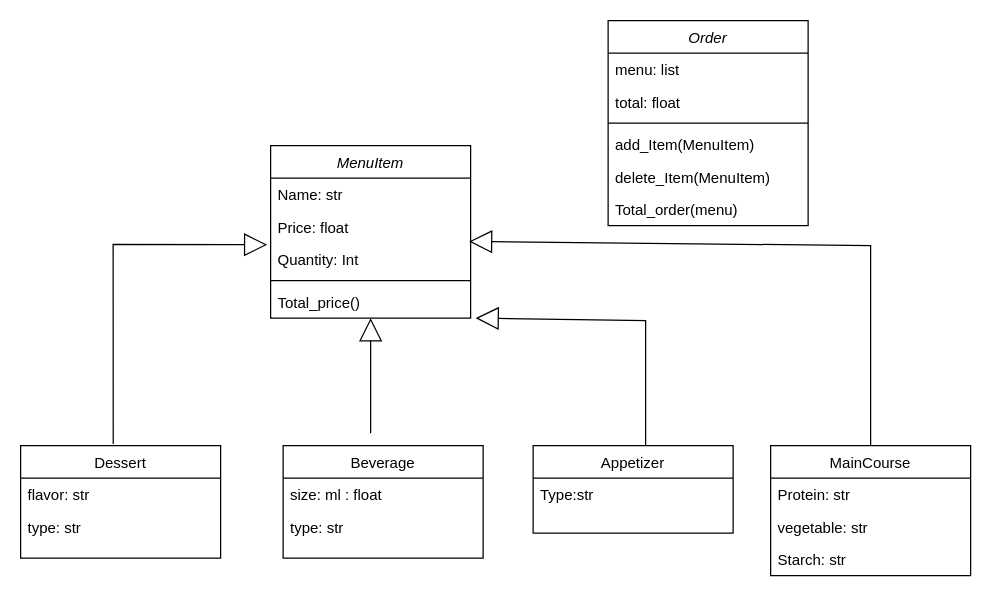
Earlier version of the draw.io diagram Diagrama sin título.drawio (AnaAmaya200/reto-3). Source tidied: cells renumbered, new cells numbered last; positions are measured from the earlier drawing's top-left corner, leaving out a move shared by most shapes. Both pictures are drawn from the tidied source at 125%, with x=0, y=0 at pixel (20, 20).
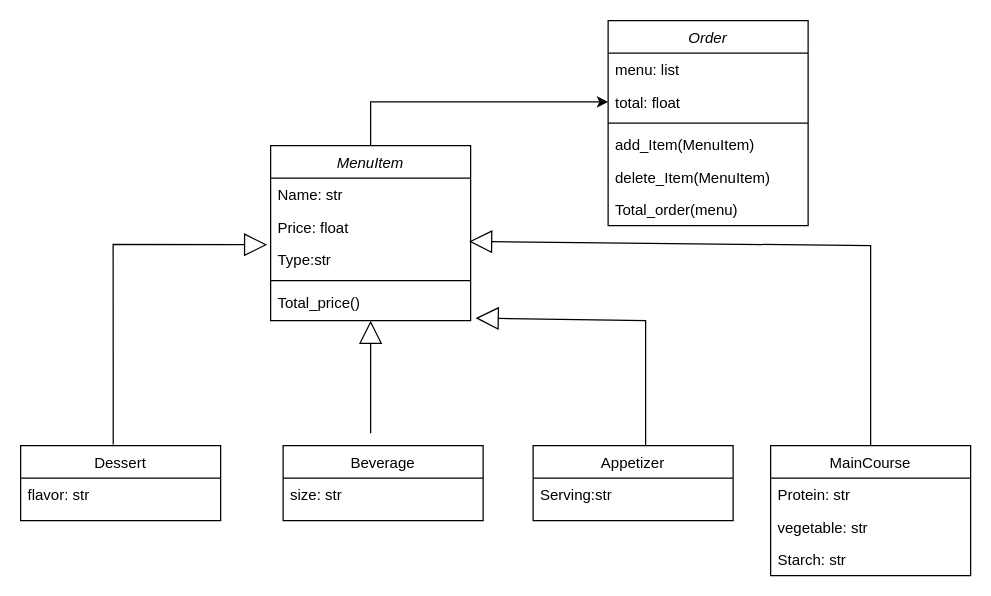
The same diagram, later.

Unchanged cells that the change refers to:
```xml
<mxCell id="26" value="total: float" style="text;align=left;verticalAlign=top;spacingLeft=4;spacingRight=4;overflow=hidden;points=[[0,0.5],[1,0.5]];portConstraint=eastwest;rounded=0;shadow=0;html=0;" parent="24" vertex="1">
  <mxGeometry y="52" width="160" height="26" as="geometry" />
</mxCell>
```

The edit, as a diff of the source:
```diff
@@
+    <mxCell id="31" style="edgeStyle=orthogonalEdgeStyle;rounded=0;jettySize=auto;html=1;exitX=0.5;exitY=0;exitDx=0;exitDy=0;entryX=0;entryY=0.5;entryDx=0;entryDy=0;" parent="1" edge="1" source="2" target="26">
+      <mxGeometry relative="1" as="geometry" />
+    </mxCell>
     <mxCell id="2" value="MenuItem" style="swimlane;fontStyle=2;align=center;verticalAlign=top;horizontal=1;startSize=26;rounded=0;shadow=0;strokeWidth=1;" parent="1" vertex="1">
-      <mxGeometry x="200" y="100" width="160" height="138" as="geometry" />
+      <mxGeometry x="200" y="100" width="160" height="140" as="geometry" />
     </mxCell>
@@
-    <mxCell id="5" value="Quantity: Int" style="text;align=left;verticalAlign=top;spacingLeft=4;spacingRight=4;overflow=hidden;rounded=0;shadow=0;html=0;" parent="2" vertex="1">
-      <mxGeometry y="78" width="160" height="26" as="geometry" />
-    </mxCell>
+    <mxCell id="12" value="Type:str" style="text;align=left;verticalAlign=top;spacingLeft=4;spacingRight=4;overflow=hidden;" parent="2" vertex="1">
+      <mxGeometry y="78" width="160" height="26" as="geometry" />
+    </mxCell>
@@
     <mxCell id="8" value="Dessert" style="swimlane;fontStyle=0;align=center;verticalAlign=top;horizontal=1;startSize=26;rounded=0;shadow=0;strokeWidth=1;" parent="1" vertex="1">
-      <mxGeometry y="340" width="160" height="90" as="geometry" />
+      <mxGeometry y="340" width="160" height="60" as="geometry" />
     </mxCell>
@@
-    <mxCell id="10" value="type: str" style="text;align=left;verticalAlign=top;spacingLeft=4;spacingRight=4;overflow=hidden;rounded=0;shadow=0;html=0;" parent="8" vertex="1">
-      <mxGeometry y="52" width="160" height="26" as="geometry" />
-    </mxCell>
     <mxCell id="11" value="Appetizer" style="swimlane;fontStyle=0;align=center;verticalAlign=top;horizontal=1;startSize=26;rounded=0;shadow=0;strokeWidth=1;" parent="1" vertex="1">
-      <mxGeometry x="410" y="340" width="160" height="70" as="geometry" />
+      <mxGeometry x="410" y="340" width="160" height="60" as="geometry" />
     </mxCell>
-    <mxCell id="12" value="Type:str" style="text;align=left;verticalAlign=top;spacingLeft=4;spacingRight=4;overflow=hidden;" parent="11" vertex="1">
-      <mxGeometry y="26" width="160" height="26" as="geometry" />
-    </mxCell>
+    <mxCell id="32" value="Serving:str" style="text;align=left;verticalAlign=top;spacingLeft=4;spacingRight=4;overflow=hidden;" parent="11" vertex="1">
+      <mxGeometry y="26" width="160" height="26" as="geometry" />
+    </mxCell>
@@
     <mxCell id="17" value="Beverage" style="swimlane;fontStyle=0;align=center;verticalAlign=top;horizontal=1;startSize=26;rounded=0;shadow=0;strokeWidth=1;" parent="1" vertex="1">
-      <mxGeometry x="210" y="340" width="160" height="90" as="geometry" />
+      <mxGeometry x="210" y="340" width="160" height="60" as="geometry" />
     </mxCell>
-    <mxCell id="18" value="size: ml : float " style="text;align=left;verticalAlign=top;spacingLeft=4;spacingRight=4;overflow=hidden;" parent="17" vertex="1">
+    <mxCell id="18" value="size: str" style="text;align=left;verticalAlign=top;spacingLeft=4;spacingRight=4;overflow=hidden;" parent="17" vertex="1">
       <mxGeometry y="26" width="160" height="26" as="geometry" />
     </mxCell>
-    <mxCell id="19" value="type: str" style="text;align=left;verticalAlign=top;spacingLeft=4;spacingRight=4;overflow=hidden;rounded=0;shadow=0;html=0;" parent="17" vertex="1">
-      <mxGeometry y="52" width="160" height="26" as="geometry" />
-    </mxCell>
```
